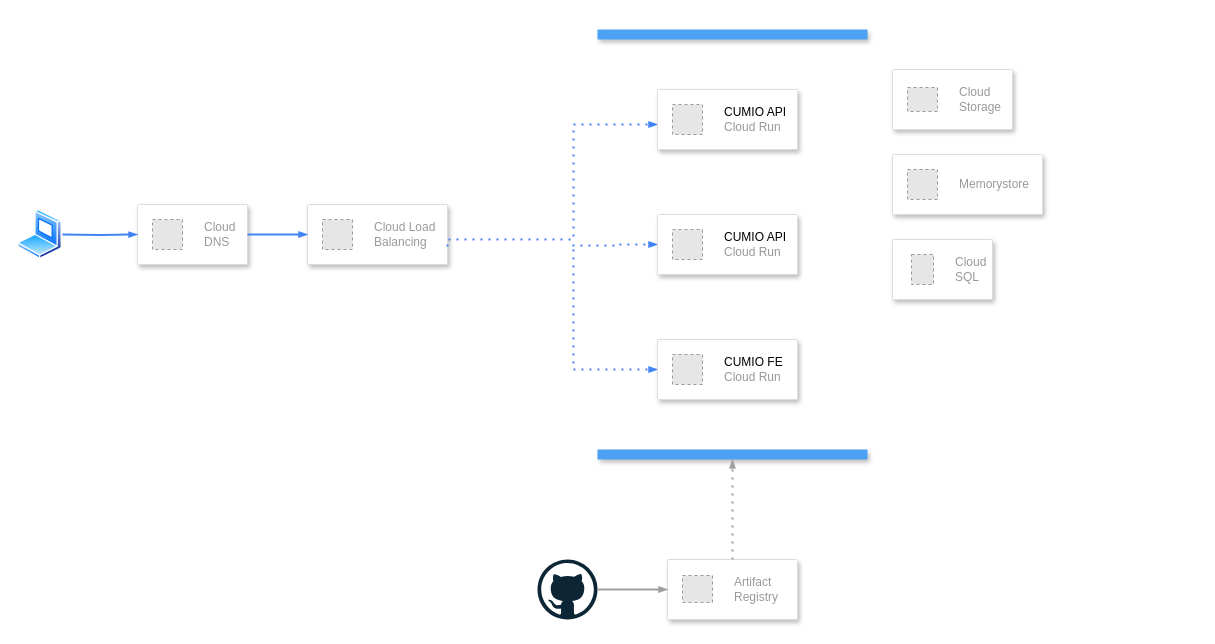
Before: docs/architecture/cumio-architecture-simple.drawio in stanislav-zeman/cumio, a draw.io diagram. Source tidied: cells renumbered, new cells numbered last; positions are measured from the earlier drawing's top-left corner, leaving out a move shared by most shapes. Both pictures are drawn from the tidied source at 100%, with x=0, y=0 at pixel (17, 29). Pictures stored in the file or linked from it are replaced by grey dashed boxes.
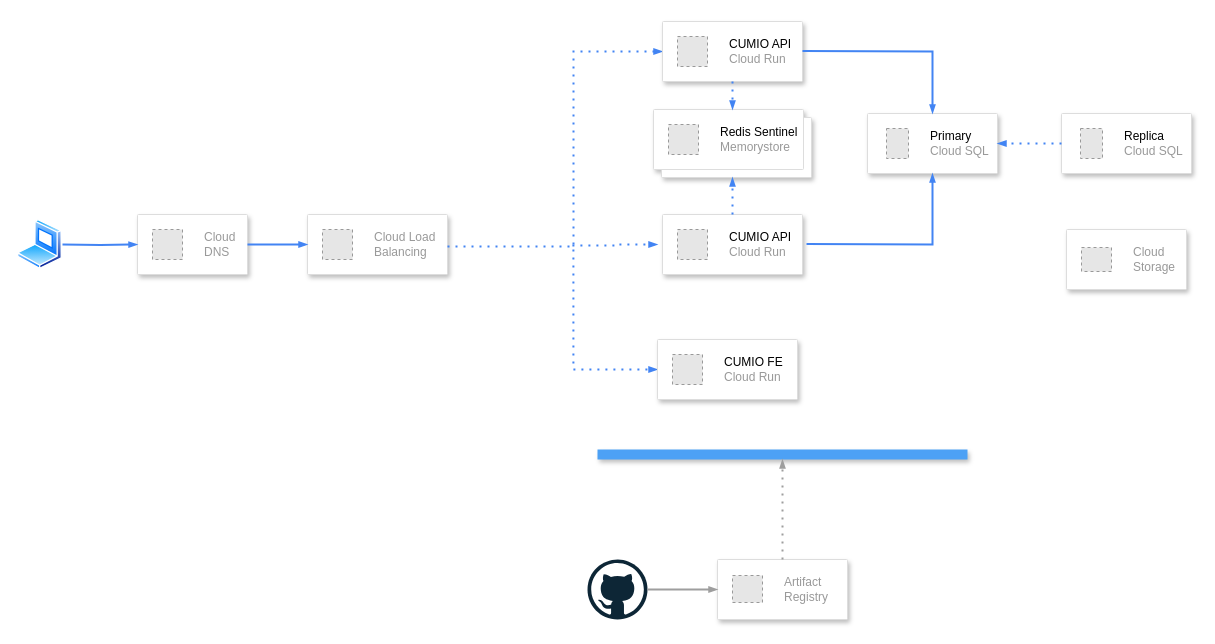
Above is the later version.

Commit message (it also covers changes not shown here):
chore(architecture): update diagrams

The edit, as a diff of the source:
```diff
@@
     <mxCell id="2" style="strokeColor=#dddddd;shadow=1;strokeWidth=1;rounded=1;absoluteArcSize=1;arcSize=2;" parent="1" vertex="1">
-      <mxGeometry x="875" y="40" width="120" height="60" as="geometry" />
+      <mxGeometry x="1049" y="200" width="120" height="60" as="geometry" />
     </mxCell>
@@
     <mxCell id="4" style="strokeColor=#dddddd;shadow=1;strokeWidth=1;rounded=1;absoluteArcSize=1;arcSize=2;" parent="1" vertex="1">
-      <mxGeometry x="120" y="175" width="110" height="60" as="geometry" />
+      <mxGeometry x="120" y="185" width="110" height="60" as="geometry" />
     </mxCell>
@@
     <mxCell id="6" style="image;perimeter=ellipsePerimeter;html=1;align=center;shadow=0;dashed=0;spacingTop=3;image=img/lib/active_directory/laptop_client.svg;" parent="1" vertex="1">
-      <mxGeometry y="180" width="45" height="50" as="geometry" />
+      <mxGeometry y="190" width="45" height="50" as="geometry" />
     </mxCell>
     <mxCell id="7" style="strokeColor=#dddddd;shadow=1;strokeWidth=1;rounded=1;absoluteArcSize=1;arcSize=2;" parent="1" vertex="1">
-      <mxGeometry x="290" y="175" width="140" height="60" as="geometry" />
+      <mxGeometry x="290" y="185" width="140" height="60" as="geometry" />
     </mxCell>
@@
-    <mxCell id="9" style="fillColor=#4DA1F5;strokeColor=none;shadow=1;gradientColor=none;fontSize=14;align=left;spacingLeft=50;fontColor=#ffffff;whiteSpace=wrap;html=1;" parent="1" vertex="1">
-      <mxGeometry x="580" width="270" height="10" as="geometry" />
-    </mxCell>
     <mxCell id="10" style="fillColor=#4DA1F5;strokeColor=none;shadow=1;gradientColor=none;fontSize=14;align=left;spacingLeft=50;fontColor=#ffffff;whiteSpace=wrap;html=1;" parent="1" vertex="1">
-      <mxGeometry x="580" y="420" width="270" height="10" as="geometry" />
+      <mxGeometry x="580" y="420" width="370" height="10" as="geometry" />
     </mxCell>
-    <mxCell id="11" style="strokeColor=#dddddd;shadow=1;strokeWidth=1;rounded=1;absoluteArcSize=1;arcSize=2;" parent="1" vertex="1">
-      <mxGeometry x="875" y="125" width="150" height="60" as="geometry" />
-    </mxCell>
-    <mxCell id="12" value="Memorystore" style="fillColor=#E6E6E6;strokeColor=#999999;dashed=1;html=1;fontColor=#999999;verticalLabelPosition=middle;verticalAlign=middle;labelPosition=right;align=left;spacingLeft=20;" parent="11" vertex="1">
-      <mxGeometry width="30" height="30" relative="1" as="geometry">
-        <mxPoint x="15" y="15" as="offset" />
-      </mxGeometry>
-    </mxCell>
-    <mxCell id="13" style="strokeColor=#dddddd;shadow=1;strokeWidth=1;rounded=1;absoluteArcSize=1;arcSize=2;" parent="1" vertex="1">
-      <mxGeometry x="875" y="210" width="100" height="60" as="geometry" />
-    </mxCell>
-    <mxCell id="14" value="Cloud&#10;SQL" style="fillColor=#E6E6E6;strokeColor=#999999;dashed=1;html=1;fontColor=#999999;verticalLabelPosition=middle;verticalAlign=middle;labelPosition=right;align=left;spacingLeft=20;" parent="13" vertex="1">
-      <mxGeometry width="22" height="30" relative="1" as="geometry">
-        <mxPoint x="19" y="15" as="offset" />
-      </mxGeometry>
-    </mxCell>
     <mxCell id="15" style="strokeColor=#dddddd;shadow=1;strokeWidth=1;rounded=1;absoluteArcSize=1;arcSize=2;" parent="1" vertex="1">
-      <mxGeometry x="650" y="530" width="130" height="60" as="geometry" />
+      <mxGeometry x="700" y="530" width="130" height="60" as="geometry" />
     </mxCell>
@@
     <mxCell id="17" style="dashed=0;outlineConnect=0;html=1;align=center;labelPosition=center;verticalLabelPosition=bottom;verticalAlign=top;shape=mxgraph.weblogos.github;" parent="1" vertex="1">
-      <mxGeometry x="520" y="530" width="60" height="60" as="geometry" />
+      <mxGeometry x="570" y="530" width="60" height="60" as="geometry" />
     </mxCell>
     <mxCell id="18" style="edgeStyle=orthogonalEdgeStyle;fontSize=12;html=1;endArrow=blockThin;endFill=1;rounded=0;strokeWidth=2;endSize=4;startSize=4;dashed=0;strokeColor=#4284F3;" parent="1" edge="1">
       <mxGeometry relative="1" as="geometry">
-        <mxPoint x="230" y="205" as="sourcePoint" />
-        <mxPoint x="290" y="205" as="targetPoint" />
+        <mxPoint x="230" y="215" as="sourcePoint" />
+        <mxPoint x="290" y="215" as="targetPoint" />
       </mxGeometry>
     </mxCell>
     <mxCell id="19" style="edgeStyle=orthogonalEdgeStyle;fontSize=12;html=1;endArrow=blockThin;endFill=1;rounded=0;strokeWidth=2;endSize=4;startSize=4;dashed=0;strokeColor=#4284F3;entryX=0;entryY=0.5;entryDx=0;entryDy=0;" parent="1" edge="1" target="4">
       <mxGeometry relative="1" as="geometry">
-        <mxPoint x="45" y="205" as="sourcePoint" />
+        <mxPoint x="45" y="215" as="sourcePoint" />
       </mxGeometry>
     </mxCell>
-    <mxCell id="20" style="edgeStyle=orthogonalEdgeStyle;fontSize=12;html=1;endArrow=blockThin;endFill=1;rounded=0;strokeWidth=2;endSize=4;startSize=4;dashed=1;dashPattern=1 3;strokeColor=#4284F3;exitX=1.029;exitY=0.617;exitDx=0;exitDy=0;exitPerimeter=0;entryX=0;entryY=0.5;entryDx=0;entryDy=0;entryPerimeter=0;" parent="1" edge="1">
+    <mxCell id="20" style="edgeStyle=orthogonalEdgeStyle;fontSize=12;html=1;endArrow=blockThin;endFill=1;rounded=0;strokeWidth=2;endSize=4;startSize=4;dashed=1;dashPattern=1 3;strokeColor=#4284F3;exitX=1.029;exitY=0.617;exitDx=0;exitDy=0;exitPerimeter=0;entryX=0;entryY=0.5;entryDx=0;entryDy=0;" parent="1" edge="1" target="25">
       <mxGeometry relative="1" as="geometry">
         <mxPoint x="430" y="217" as="sourcePoint" />
-        <mxPoint x="640" y="95" as="targetPoint" />
         <Array as="points">
-          <mxPoint x="430" y="210" />
-          <mxPoint x="556" y="210" />
-          <mxPoint x="556" y="95" />
+          <mxPoint x="556" y="217" />
+          <mxPoint x="556" y="22" />
         </Array>
       </mxGeometry>
     </mxCell>
@@
     <mxCell id="25" style="strokeColor=#dddddd;shadow=1;strokeWidth=1;rounded=1;absoluteArcSize=1;arcSize=2;" parent="1" vertex="1">
-      <mxGeometry x="640" y="60" width="140" height="60" as="geometry" />
+      <mxGeometry x="645" y="-8" width="140" height="60" as="geometry" />
     </mxCell>
@@
     <mxCell id="29" style="strokeColor=#dddddd;shadow=1;strokeWidth=1;rounded=1;absoluteArcSize=1;arcSize=2;" parent="1" vertex="1">
-      <mxGeometry x="640" y="185" width="140" height="60" as="geometry" />
+      <mxGeometry x="645" y="185" width="140" height="60" as="geometry" />
     </mxCell>
@@
+    <mxCell id="31" style="shape=mxgraph.gcp2.doubleRect;strokeColor=#dddddd;shadow=1;strokeWidth=1;rounded=1;absoluteArcSize=1;arcSize=2;" parent="1" vertex="1">
+      <mxGeometry x="636" y="80" width="158" height="68" as="geometry" />
+    </mxCell>
+    <mxCell id="32" value="&lt;font color=&quot;#000000&quot;&gt;Redis Sentinel&lt;/font&gt;&lt;br&gt;Memorystore" style="fillColor=#E6E6E6;strokeColor=#999999;dashed=1;html=1;fontColor=#999999;verticalLabelPosition=middle;verticalAlign=middle;labelPosition=right;align=left;spacingLeft=20;" parent="31" vertex="1">
+      <mxGeometry width="30" height="30" relative="1" as="geometry">
+        <mxPoint x="15" y="15" as="offset" />
+      </mxGeometry>
+    </mxCell>
+    <mxCell id="33" style="strokeColor=#dddddd;shadow=1;strokeWidth=1;rounded=1;absoluteArcSize=1;arcSize=2;" parent="1" vertex="1">
+      <mxGeometry x="850" y="84" width="130" height="60" as="geometry" />
+    </mxCell>
+    <mxCell id="34" value="&lt;font color=&quot;#000000&quot;&gt;Primary&lt;/font&gt;&lt;br&gt;Cloud SQL" style="fillColor=#E6E6E6;strokeColor=#999999;dashed=1;html=1;fontColor=#999999;verticalLabelPosition=middle;verticalAlign=middle;labelPosition=right;align=left;spacingLeft=20;" parent="33" vertex="1">
+      <mxGeometry width="22" height="30" relative="1" as="geometry">
+        <mxPoint x="19" y="15" as="offset" />
+      </mxGeometry>
+    </mxCell>
+    <mxCell id="35" style="strokeColor=#dddddd;shadow=1;strokeWidth=1;rounded=1;absoluteArcSize=1;arcSize=2;" parent="1" vertex="1">
+      <mxGeometry x="1044" y="84" width="130" height="60" as="geometry" />
+    </mxCell>
+    <mxCell id="36" value="&lt;font color=&quot;#000000&quot;&gt;&lt;span style=&quot;caret-color: rgb(0, 0, 0);&quot;&gt;Replica&lt;/span&gt;&lt;/font&gt;&lt;br&gt;Cloud SQL" style="fillColor=#E6E6E6;strokeColor=#999999;dashed=1;html=1;fontColor=#999999;verticalLabelPosition=middle;verticalAlign=middle;labelPosition=right;align=left;spacingLeft=20;" parent="35" vertex="1">
+      <mxGeometry width="22" height="30" relative="1" as="geometry">
+        <mxPoint x="19" y="15" as="offset" />
+      </mxGeometry>
+    </mxCell>
+    <mxCell id="37" style="edgeStyle=orthogonalEdgeStyle;fontSize=12;html=1;endArrow=blockThin;endFill=1;rounded=0;strokeWidth=2;endSize=4;startSize=4;dashed=0;strokeColor=#4284F3;entryX=0.5;entryY=0;entryDx=0;entryDy=0;" parent="1" edge="1" target="33">
+      <mxGeometry relative="1" as="geometry">
+        <mxPoint x="785" y="21.5" as="sourcePoint" />
+      </mxGeometry>
+    </mxCell>
+    <mxCell id="38" style="edgeStyle=orthogonalEdgeStyle;fontSize=12;html=1;endArrow=blockThin;endFill=1;rounded=0;strokeWidth=2;endSize=4;startSize=4;dashed=0;strokeColor=#4284F3;entryX=0.5;entryY=1;entryDx=0;entryDy=0;" parent="1" edge="1" target="33">
+      <mxGeometry relative="1" as="geometry">
+        <mxPoint x="789" y="214.5" as="sourcePoint" />
+      </mxGeometry>
+    </mxCell>
+    <mxCell id="39" style="edgeStyle=orthogonalEdgeStyle;fontSize=12;html=1;endArrow=blockThin;endFill=1;rounded=0;strokeWidth=2;endSize=4;startSize=4;dashed=1;dashPattern=1 3;strokeColor=#4284F3;entryX=1;entryY=0.5;entryDx=0;entryDy=0;exitX=0;exitY=0.5;exitDx=0;exitDy=0;" parent="1" edge="1" source="35" target="33">
+      <mxGeometry relative="1" as="geometry" />
+    </mxCell>
+    <mxCell id="40" style="edgeStyle=orthogonalEdgeStyle;fontSize=12;html=1;endArrow=blockThin;endFill=1;rounded=0;strokeWidth=2;endSize=4;startSize=4;dashed=1;dashPattern=1 3;strokeColor=#4284F3;exitX=0.5;exitY=1;exitDx=0;exitDy=0;entryX=0.5;entryY=0;entryDx=0;entryDy=0;" parent="1" edge="1" source="25" target="31">
+      <mxGeometry relative="1" as="geometry" />
+    </mxCell>
+    <mxCell id="41" style="edgeStyle=orthogonalEdgeStyle;fontSize=12;html=1;endArrow=blockThin;endFill=1;rounded=0;strokeWidth=2;endSize=4;startSize=4;dashed=1;dashPattern=1 3;strokeColor=#4284F3;exitX=0.5;exitY=0;exitDx=0;exitDy=0;entryX=0.5;entryY=1;entryDx=0;entryDy=0;" parent="1" edge="1" source="29" target="31">
+      <mxGeometry relative="1" as="geometry" />
+    </mxCell>
```
